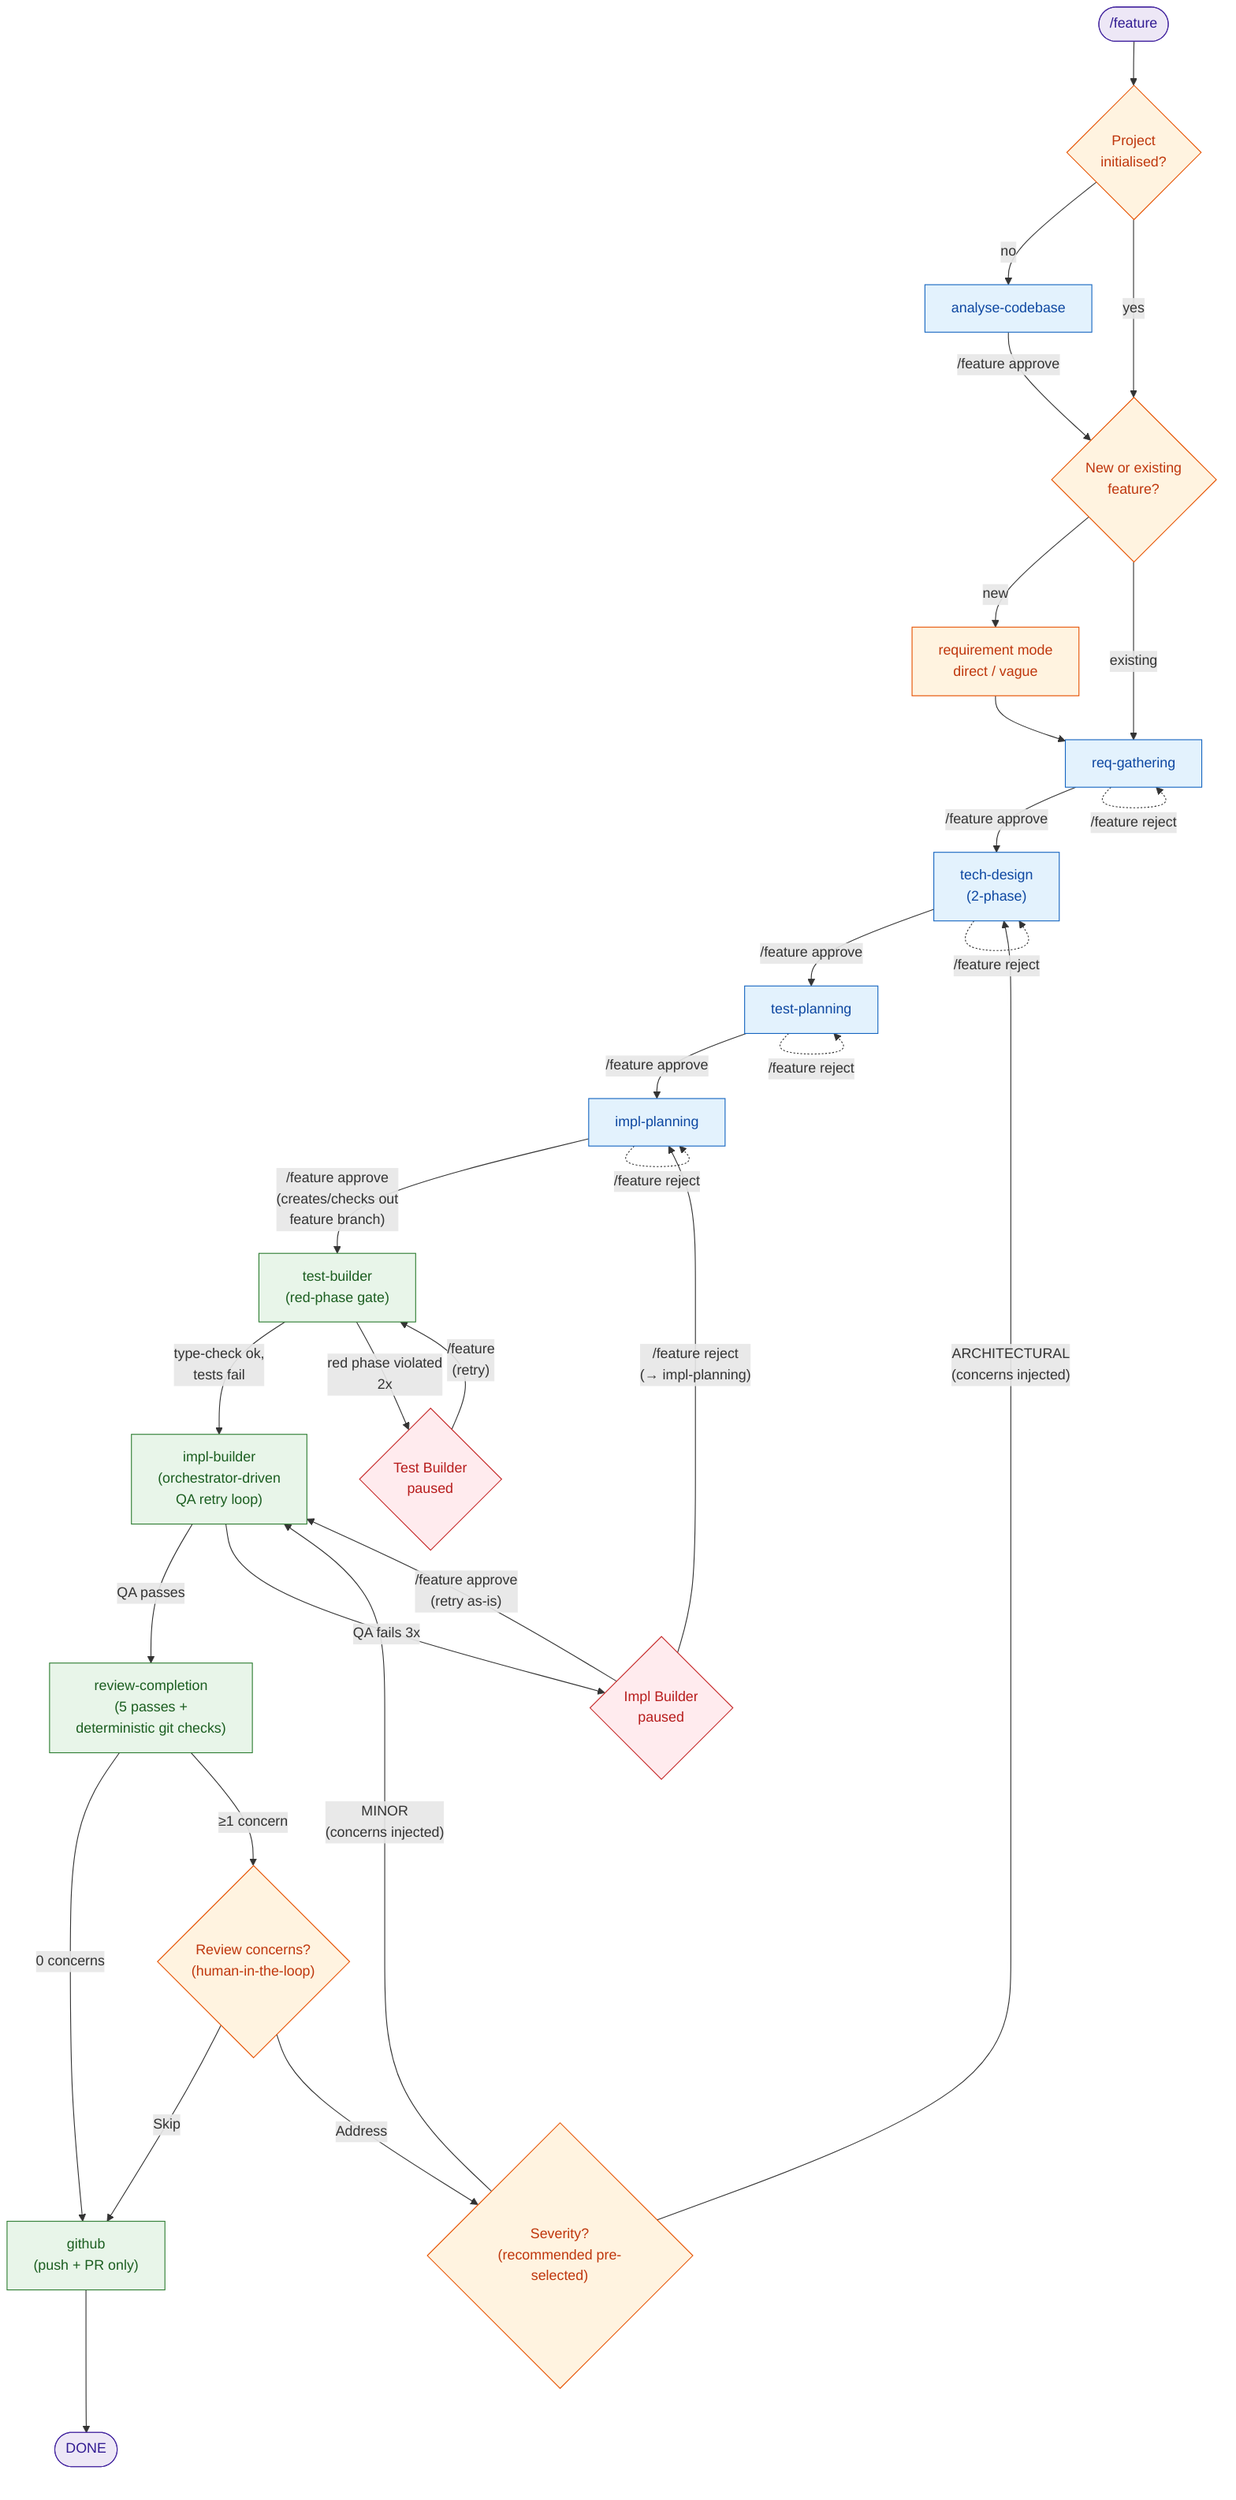
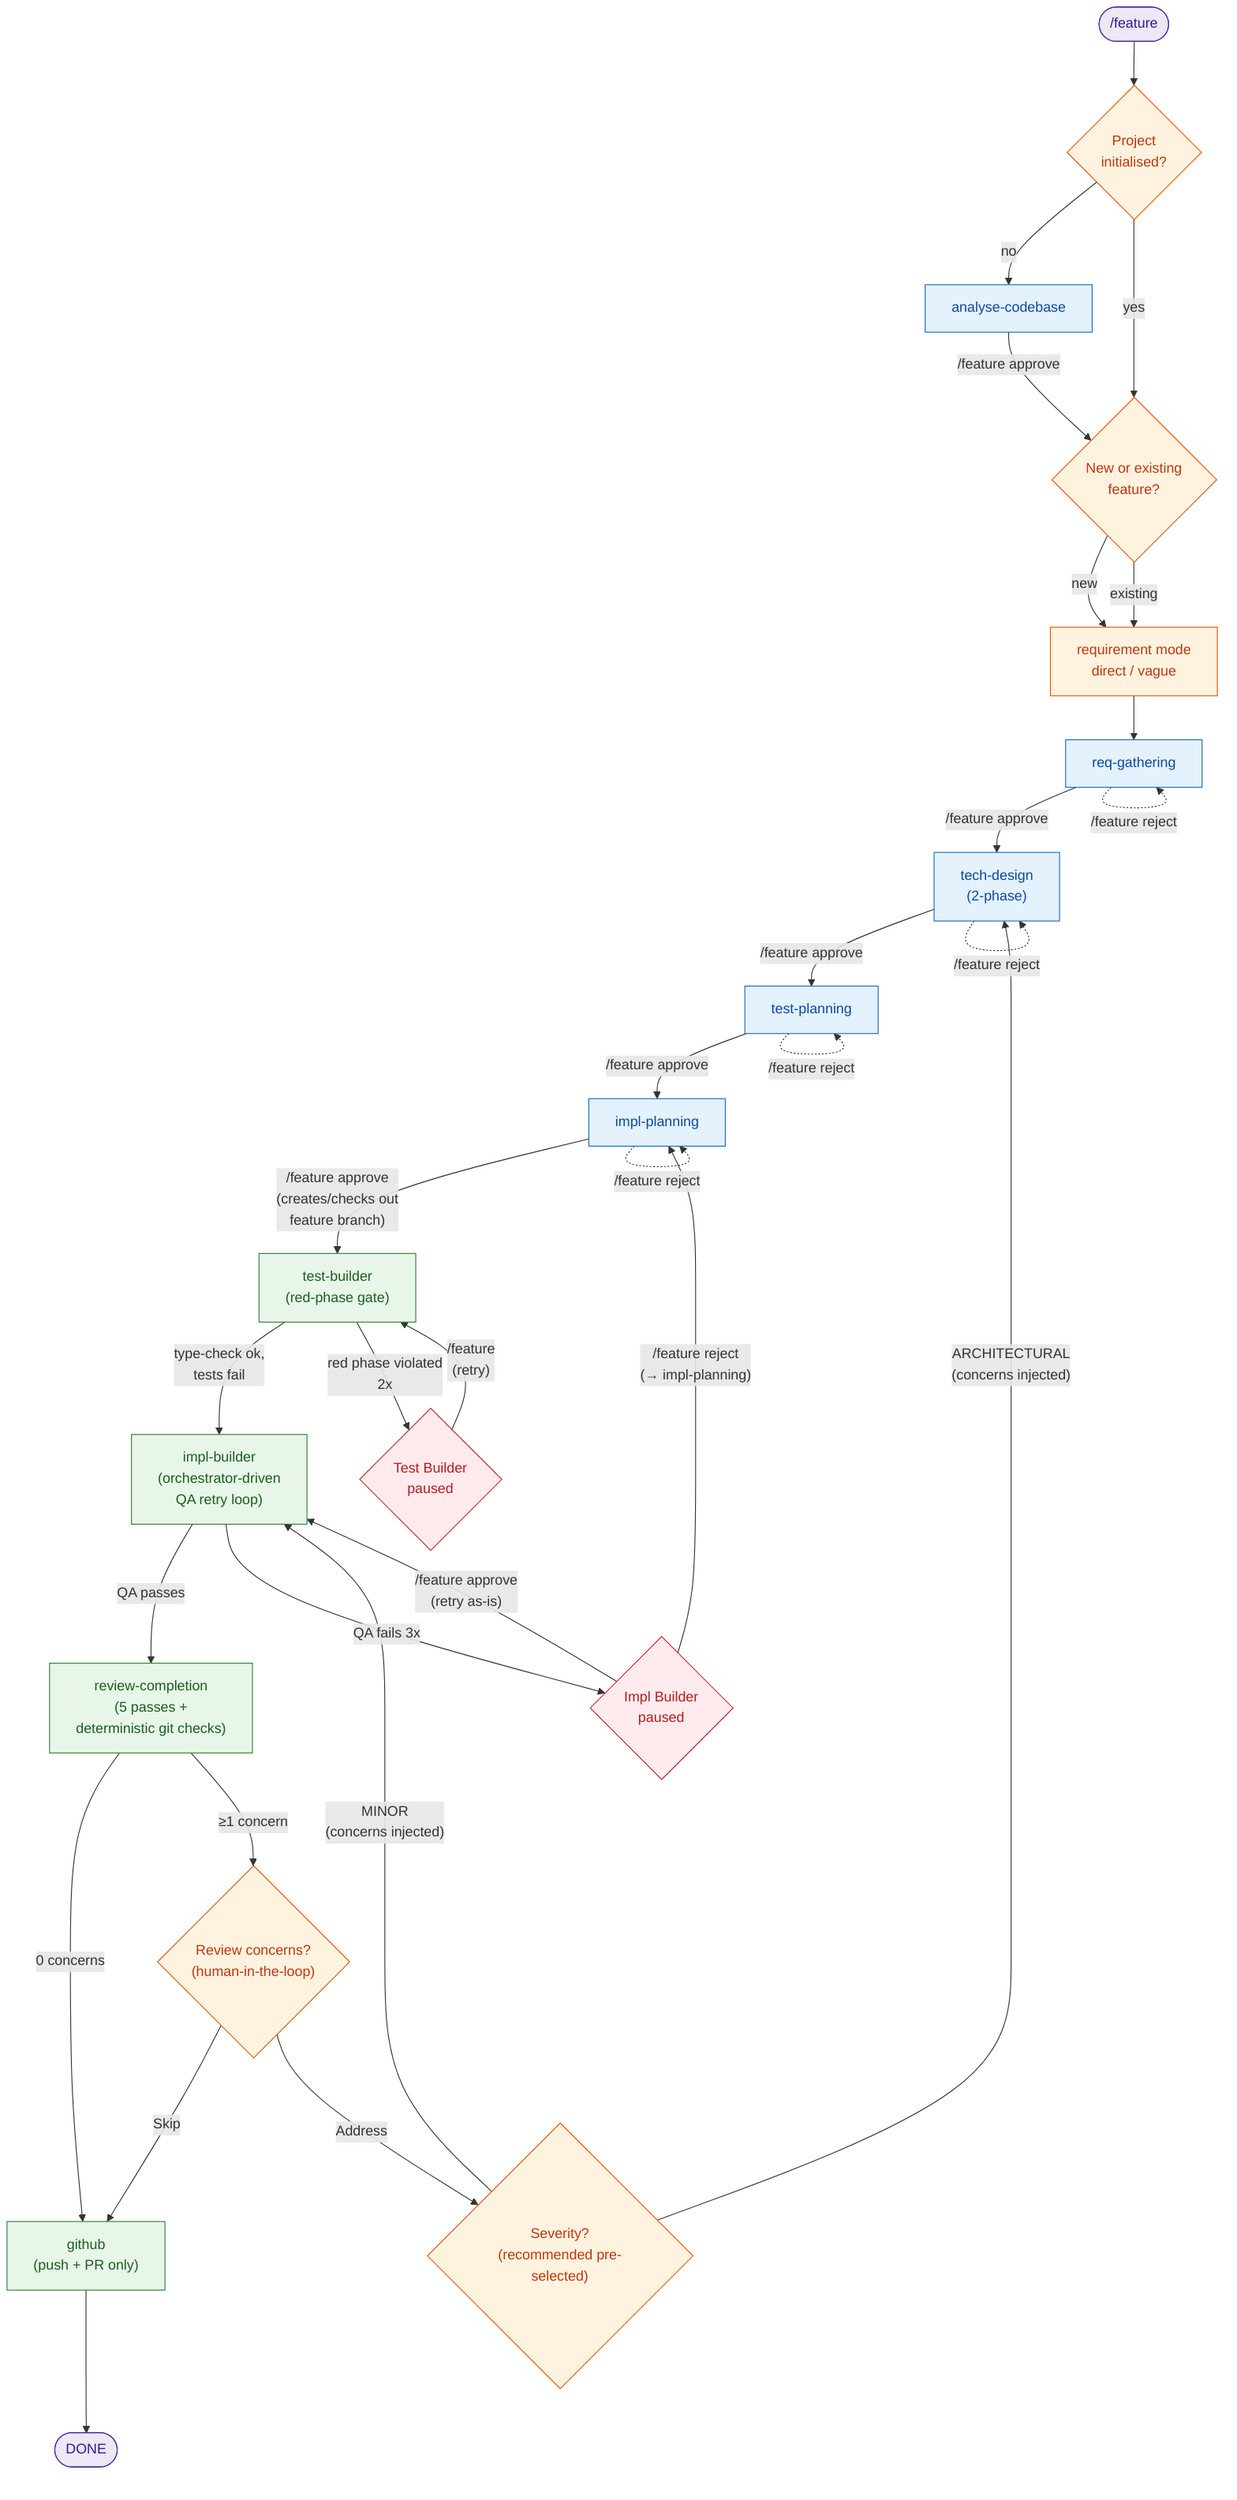
flowchart TD
    classDef skill fill:#e3f2fd,stroke:#1565c0,color:#0d47a1
    classDef gate fill:#fff3e0,stroke:#e65100,color:#bf360c
    classDef automated fill:#e8f5e9,stroke:#2e7d32,color:#1b5e20
    classDef paused fill:#ffebee,stroke:#c62828,color:#b71c1c
    classDef terminal fill:#ede7f6,stroke:#4527a0,color:#311b92

    start(["/feature"]):::terminal --> initCheck{"Project<br/>initialised?"}:::gate

    initCheck -- "no" --> analyse["analyse-codebase"]:::skill
    analyse -- "/feature approve" --> newExisting{"New or existing<br/>feature?"}:::gate
    initCheck -- "yes" --> newExisting

    newExisting -- "new" --> mode["requirement mode<br/>direct / vague"]:::gate
-     newExisting -- "existing" --> req
+     newExisting -- "existing" --> mode
    mode --> req["req-gathering"]:::skill

    req -- "/feature approve" --> td["tech-design<br/>(2-phase)"]:::skill
    req -. "/feature reject" .-> req

    td -- "/feature approve" --> tp["test-planning"]:::skill
    td -. "/feature reject" .-> td

    tp -- "/feature approve" --> ip["impl-planning"]:::skill
    tp -. "/feature reject" .-> tp

    ip -- "/feature approve<br/>(creates/checks out<br/>feature branch)" --> tb["test-builder<br/>(red-phase gate)"]:::automated
    ip -. "/feature reject" .-> ip

    tb -- "type-check ok,<br/>tests fail" --> ib["impl-builder<br/>(orchestrator-driven<br/>QA retry loop)"]:::automated
    tb -- "red phase violated<br/>2x" --> tbPaused{"Test Builder<br/>paused"}:::paused
    tbPaused -- "/feature<br/>(retry)" --> tb

    ib -- "QA passes" --> rc["review-completion<br/>(5 passes +<br/>deterministic git checks)"]:::automated
    ib -- "QA fails 3x" --> paused{"Impl Builder<br/>paused"}:::paused
    paused -- "/feature approve<br/>(retry as-is)" --> ib
    paused -- "/feature reject<br/>(→ impl-planning)" --> ip

    rc -- "0 concerns" --> gh["github<br/>(push + PR only)"]:::automated
    rc -- "≥1 concern" --> concerns{"Review concerns?<br/>(human-in-the-loop)"}:::gate
    concerns -- "Skip" --> gh
    concerns -- "Address" --> severity{"Severity?<br/>(recommended pre-selected)"}:::gate
    severity -- "ARCHITECTURAL<br/>(concerns injected)" --> td
    severity -- "MINOR<br/>(concerns injected)" --> ib

    gh --> done(["DONE"]):::terminal
